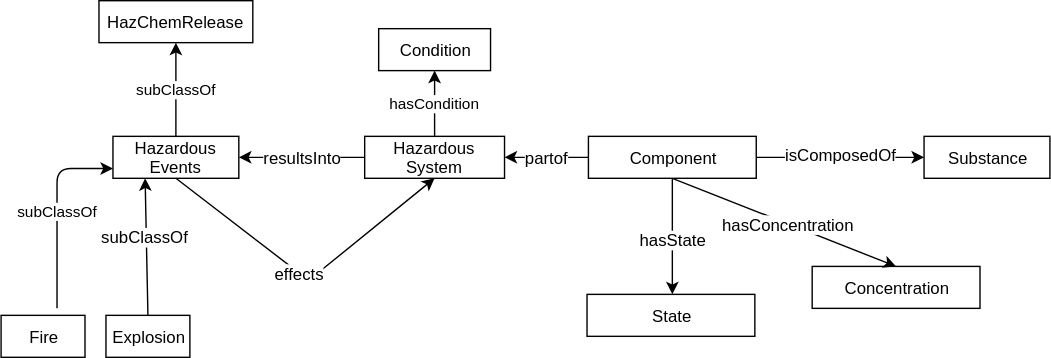
The draw.io diagram chem_reaction_hazard_svg.svg in Vocamp/Chem-Research-2017, before a commit. Source tidied: cells renumbered, new cells last; positions are measured from the earlier drawing's top-left corner, leaving out a move shared by most shapes.
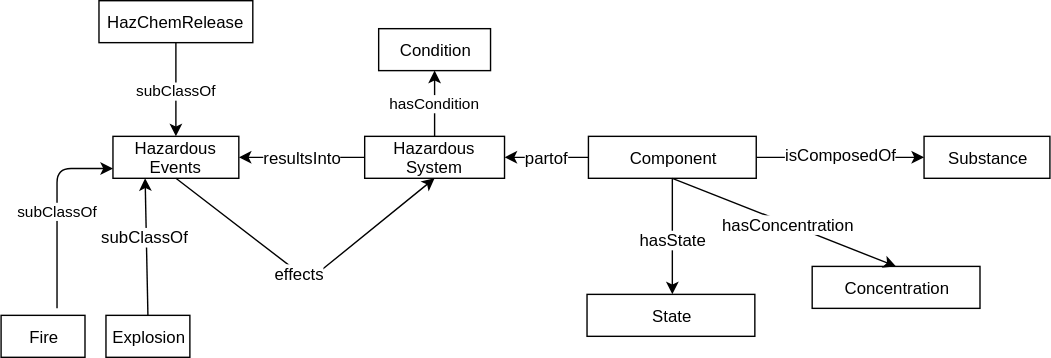
The same file after the commit.

Commit message:
added hazard pattern

What changed in the source:
```diff
@@ -102,7 +102,7 @@
     <mxCell id="27" value="HazChemRelease" style="rounded=0;whiteSpace=wrap;html=1;" parent="1" vertex="1">
       <mxGeometry x="70" width="110" height="30" as="geometry" />
     </mxCell>
-    <mxCell id="28" value="subClassOf" style="endArrow=classic;html=1;exitX=0.5;exitY=0;" parent="1" edge="1" source="12" target="27">
+    <mxCell id="28" value="subClassOf" style="endArrow=classic;html=1;exitX=0.5;exitY=1;entryX=0.5;entryY=0;" parent="1" edge="1" source="27" target="12">
       <mxGeometry relative="1" as="geometry" />
     </mxCell>
   </root>
```
